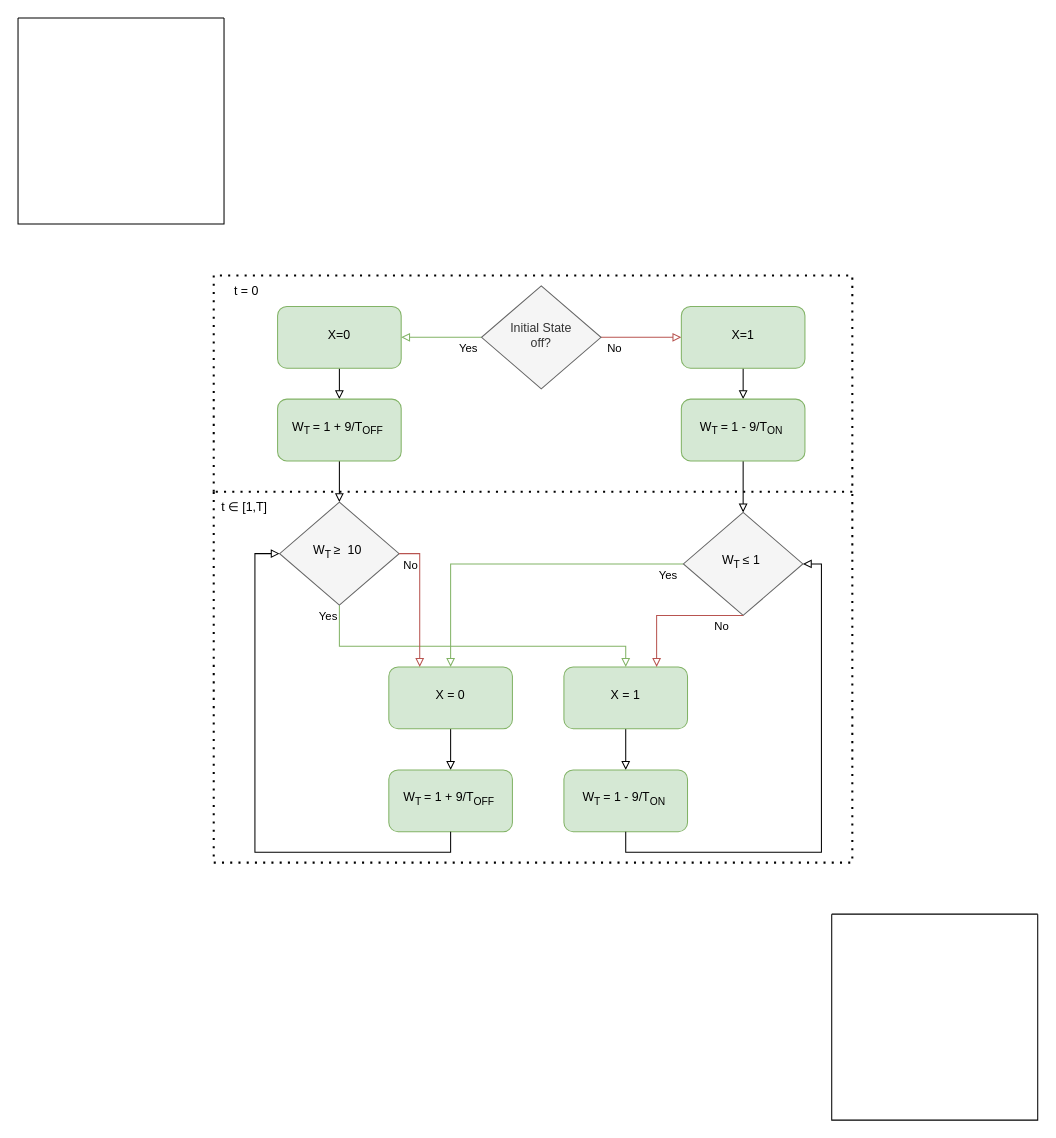
This is T_ON_T_OFF.drawio from luistmartins/thesis_ik, a draw.io file, before an edit. Source tidied: cells renumbered, new cells numbered last; positions are measured from the earlier drawing's top-left corner, leaving out a move shared by most shapes. Both pictures are drawn from the tidied source at 103%, with x=0, y=0 at pixel (18, 18).
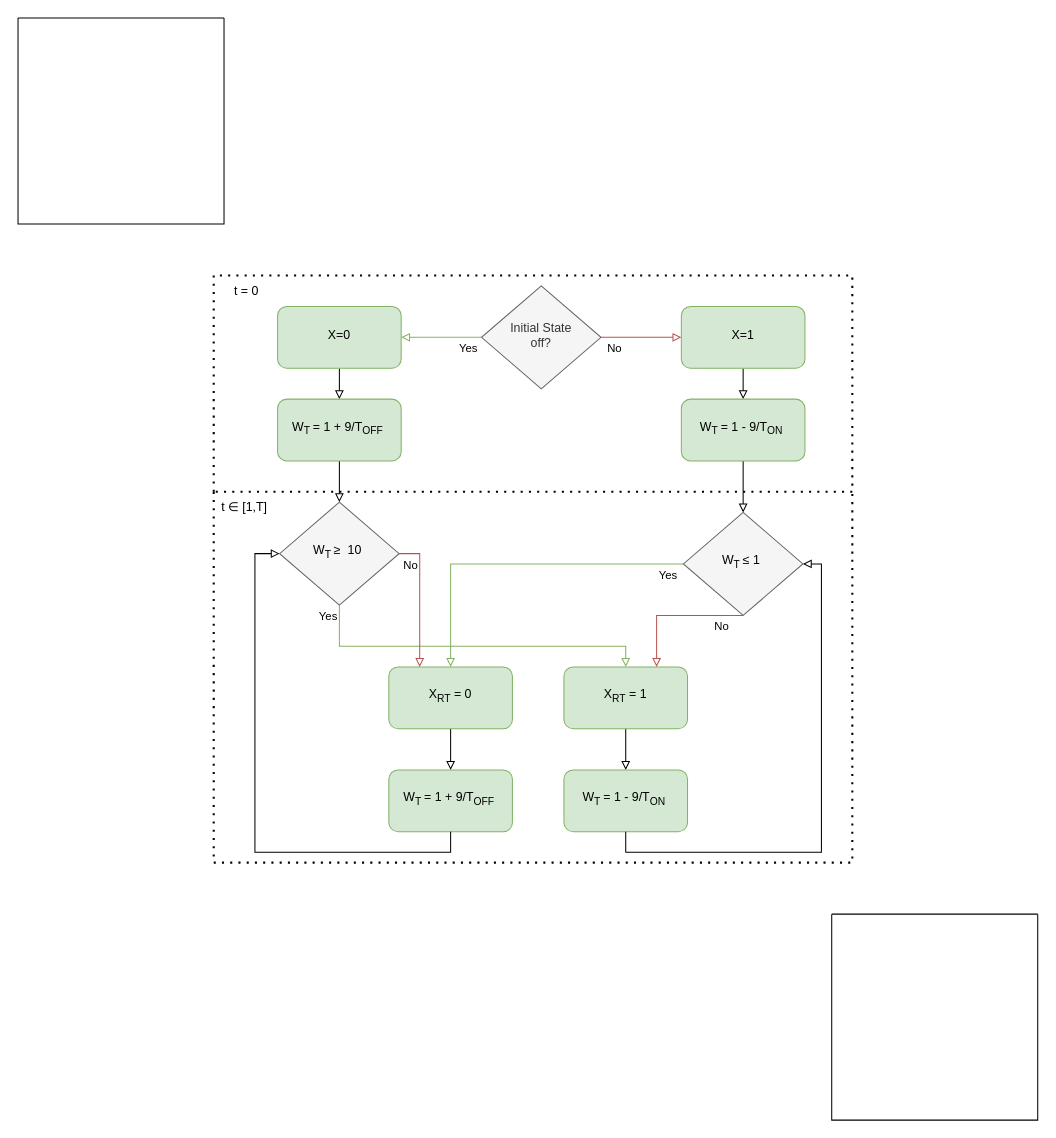
After the change.

Change to the diagram source:
```diff
@@
-    <mxCell id="24" value="X = 0" style="rounded=1;whiteSpace=wrap;html=1;fillColor=#d5e8d4;strokeColor=#82b366;shadow=0;strokeWidth=1;spacing=6;spacingTop=-4;" parent="1" vertex="1">
+    <mxCell id="24" value="X&lt;sub&gt;RT&lt;/sub&gt; = 0" style="rounded=1;whiteSpace=wrap;html=1;fillColor=#d5e8d4;strokeColor=#82b366;shadow=0;strokeWidth=1;spacing=6;spacingTop=-4;" parent="1" vertex="1">
       <mxGeometry x="360" y="630" width="120" height="60" as="geometry" />
     </mxCell>
@@
-    <mxCell id="26" value="X = 1" style="rounded=1;whiteSpace=wrap;html=1;fillColor=#d5e8d4;strokeColor=#82b366;shadow=0;strokeWidth=1;spacing=6;spacingTop=-4;" parent="1" vertex="1">
+    <mxCell id="26" value="X&lt;sub&gt;RT&lt;/sub&gt; = 1" style="rounded=1;whiteSpace=wrap;html=1;fillColor=#d5e8d4;strokeColor=#82b366;shadow=0;strokeWidth=1;spacing=6;spacingTop=-4;" parent="1" vertex="1">
       <mxGeometry x="530" y="630" width="120" height="60" as="geometry" />
     </mxCell>
```
